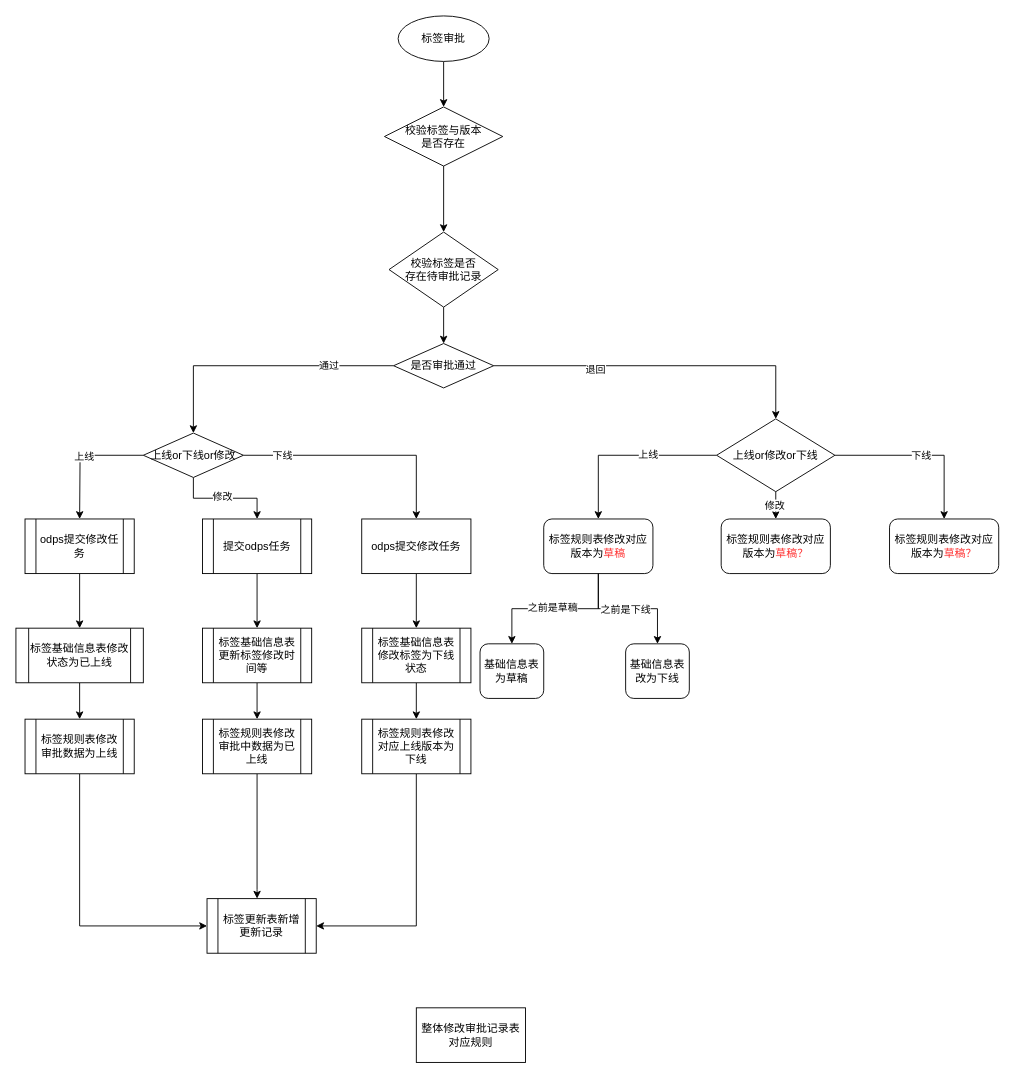
The draw.io diagram 标签审批流程图.drawio in 1418956397/JavaWeb-Project-Source-Share, before the edit. Source tidied: cells renumbered, new cells numbered last; positions are measured from the earlier drawing's top-left corner, leaving out a move shared by most shapes. Both pictures are drawn from the tidied source at 91%, with x=0, y=0 at pixel (15, 15).
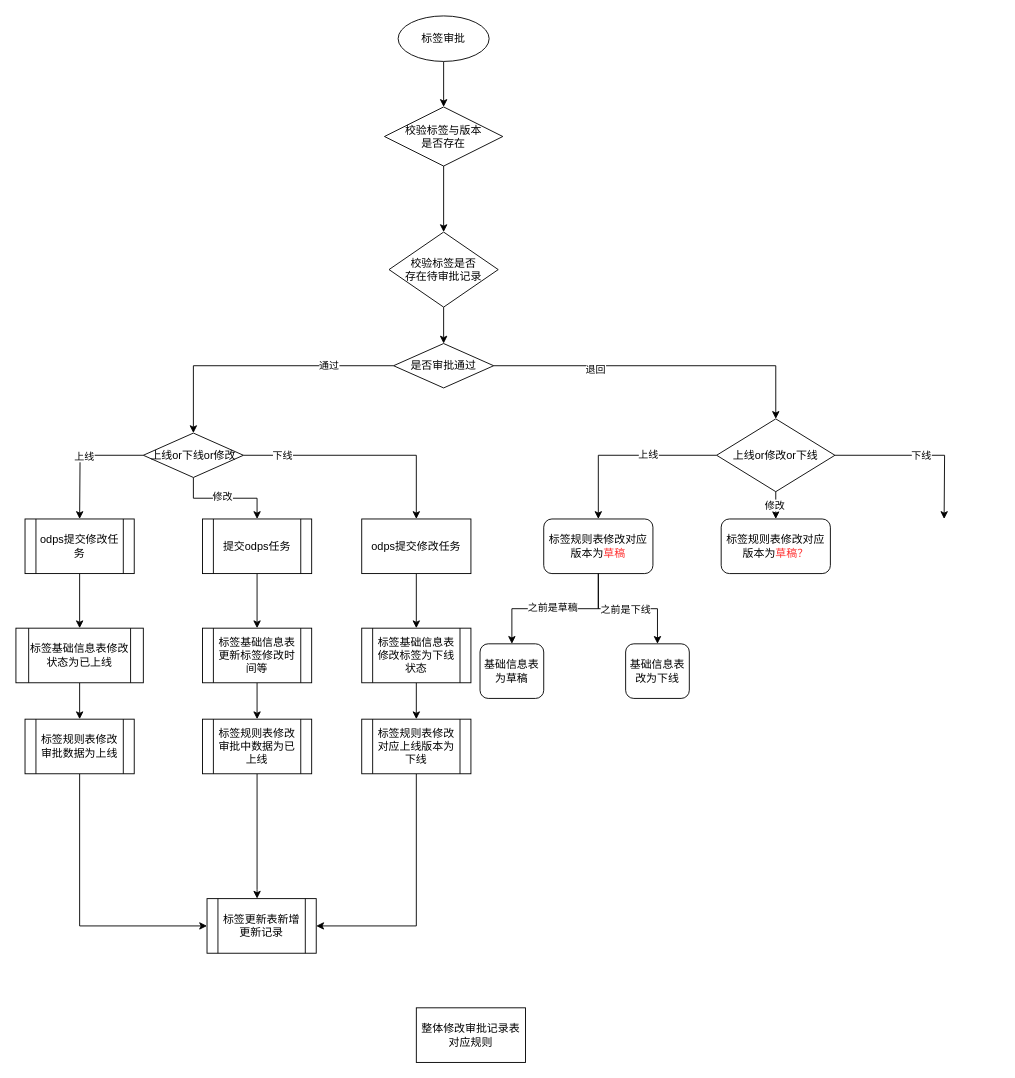
After the change.

Commit message:
更新标签审批流程图.drawio

The change refers to these unchanged cells:
```xml
<mxCell id="44" value="上线or修改or下线" style="rhombus;whiteSpace=wrap;html=1;" parent="1" vertex="1">
  <mxGeometry x="770" y="442.8" width="130" height="80" as="geometry" />
</mxCell>
```

Change to the diagram source:
```diff
@@
-    <mxCell id="43" value="下线" style="edgeStyle=orthogonalEdgeStyle;rounded=0;jettySize=auto;html=1;" parent="1" edge="1" source="44" target="49">
-      <mxGeometry relative="1" as="geometry" />
+    <mxCell id="43" value="下线" style="edgeStyle=orthogonalEdgeStyle;rounded=0;jettySize=auto;html=1;" parent="1" edge="1" source="44">
+      <mxGeometry relative="1" as="geometry">
+        <mxPoint x="1020" y="552.8" as="targetPoint" />
+      </mxGeometry>
     </mxCell>
@@
-    <mxCell id="49" value="标签规则表修改对应版本为&lt;font color=&quot;#ff3333&quot;&gt;草稿？&lt;/font&gt;" style="rounded=1;whiteSpace=wrap;html=1;" parent="1" vertex="1">
-      <mxGeometry x="960" y="552.8" width="120" height="60" as="geometry" />
-    </mxCell>
```
